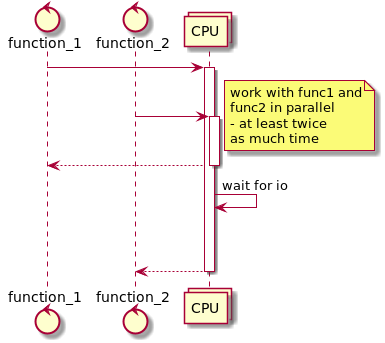
The PlantUML diagram images/process_par.png in andgineer/sorokin.engineer, before a commit.
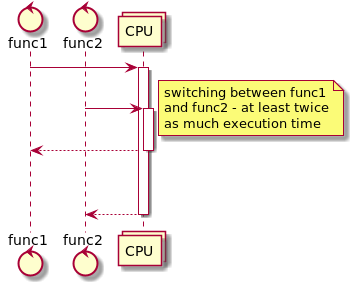
The same file after the commit.

The edit, as a diff of the source:
```diff
@@ -1,18 +1,17 @@
 @startuml
-control function_1
-control function_2
+control func1
+control func2
 collections CPU
 
-function_1 -> CPU
+func1 -> CPU
 activate CPU
-function_2 -> CPU
-note right: work with func1 and \nfunc2 in parallel\n- at least twice \nas much time
+func2 -> CPU
+note right: switching between func1 \nand func2 - at least twice \nas much execution time
 activate CPU
-CPU --> function_1
+CPU --> func1
 deactivate CPU
-CPU -> CPU: wait for io
 |||
 |||
-CPU --> function_2
+CPU --> func2
 deactivate CPU
 @enduml
```
